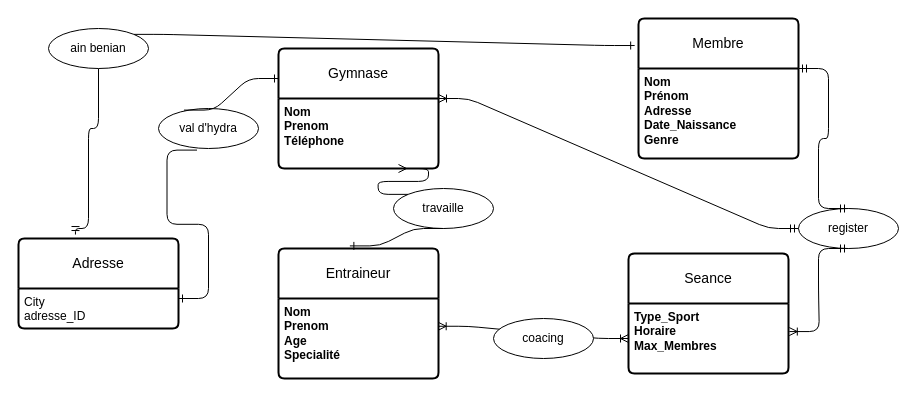
Lyes-ux/gomycode-checkout keeps this draw.io diagram as database/gym.drawio. Above is the earlier version. Source tidied: cells renumbered, new cells numbered last; positions are measured from the earlier drawing's top-left corner, leaving out a move shared by most shapes. Both pictures are drawn from the tidied source at 100%, with x=0, y=0 at pixel (18, 18).
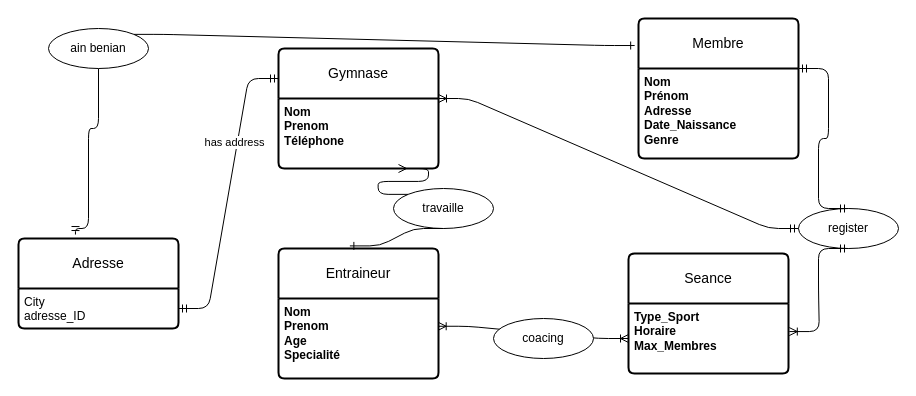
The same page after the edit.

The change refers to these unchanged cells:
```xml
<mxCell id="2" value="Gymnase" style="swimlane;horizontal=1;startSize=50;rounded=1;fontSize=14;fontStyle=0;strokeWidth=2;shadow=0;dashed=0;align=center;arcSize=4;whiteSpace=wrap;html=1;" parent="1" vertex="1">
  <mxGeometry x="260" y="30" width="160" height="120" as="geometry" />
</mxCell>
<mxCell id="12" value="City&lt;div&gt;adresse_ID&lt;/div&gt;" style="align=left;strokeColor=none;fillColor=none;spacingLeft=4;fontSize=12;verticalAlign=top;html=1;" parent="11" vertex="1">
  <mxGeometry y="50" width="160" height="40" as="geometry" />
</mxCell>
```

Change to the diagram source:
```diff
@@
-    <mxCell id="22" value="val d'hydra" style="ellipse;whiteSpace=wrap;html=1;align=center;" parent="1" vertex="1">
-      <mxGeometry x="140" y="90" width="100" height="40" as="geometry" />
-    </mxCell>
@@
-    <mxCell id="24" style="edgeStyle=entityRelationEdgeStyle;fontSize=12;html=1;endArrow=ERone;endFill=1;entryX=0;entryY=0.25;entryDx=0;entryDy=0;exitX=0.255;exitY=0.04;exitDx=0;exitDy=0;exitPerimeter=0;" parent="1" edge="1" source="22" target="2">
+    <mxCell id="24" style="edgeStyle=entityRelationEdgeStyle;fontSize=12;html=1;endArrow=ERmandOne;endFill=0;entryX=0;entryY=0.25;entryDx=0;entryDy=0;startArrow=ERmandOne;startFill=0;" parent="1" edge="1" source="12" target="2">
       <mxGeometry relative="1" as="geometry" />
     </mxCell>
-    <mxCell id="25" style="edgeStyle=entityRelationEdgeStyle;fontSize=12;html=1;endArrow=ERone;endFill=1;entryX=1;entryY=0.25;entryDx=0;entryDy=0;exitX=0.385;exitY=1.04;exitDx=0;exitDy=0;exitPerimeter=0;" parent="1" edge="1" source="22" target="12">
-      <mxGeometry relative="1" as="geometry" />
-    </mxCell>
+    <mxCell id="28" value="has address" style="edgeLabel;html=1;align=center;verticalAlign=middle;" parent="24" vertex="1">
+      <mxGeometry x="0.35" y="3" relative="1" as="geometry" />
+    </mxCell>
```
